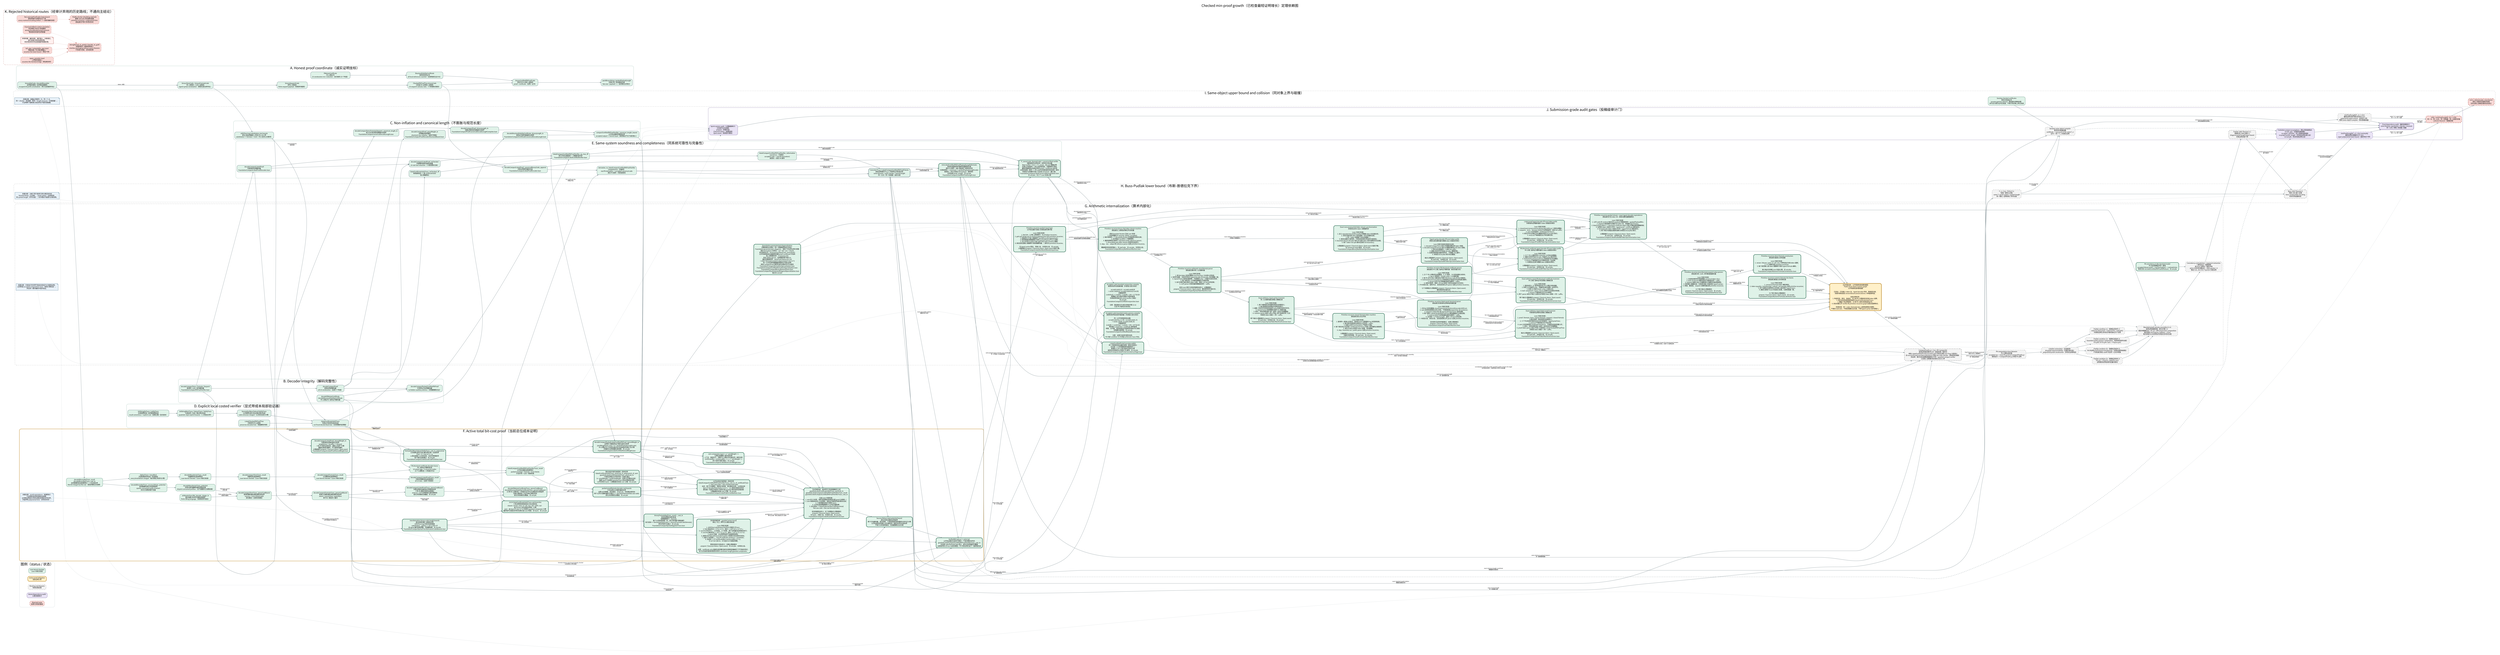
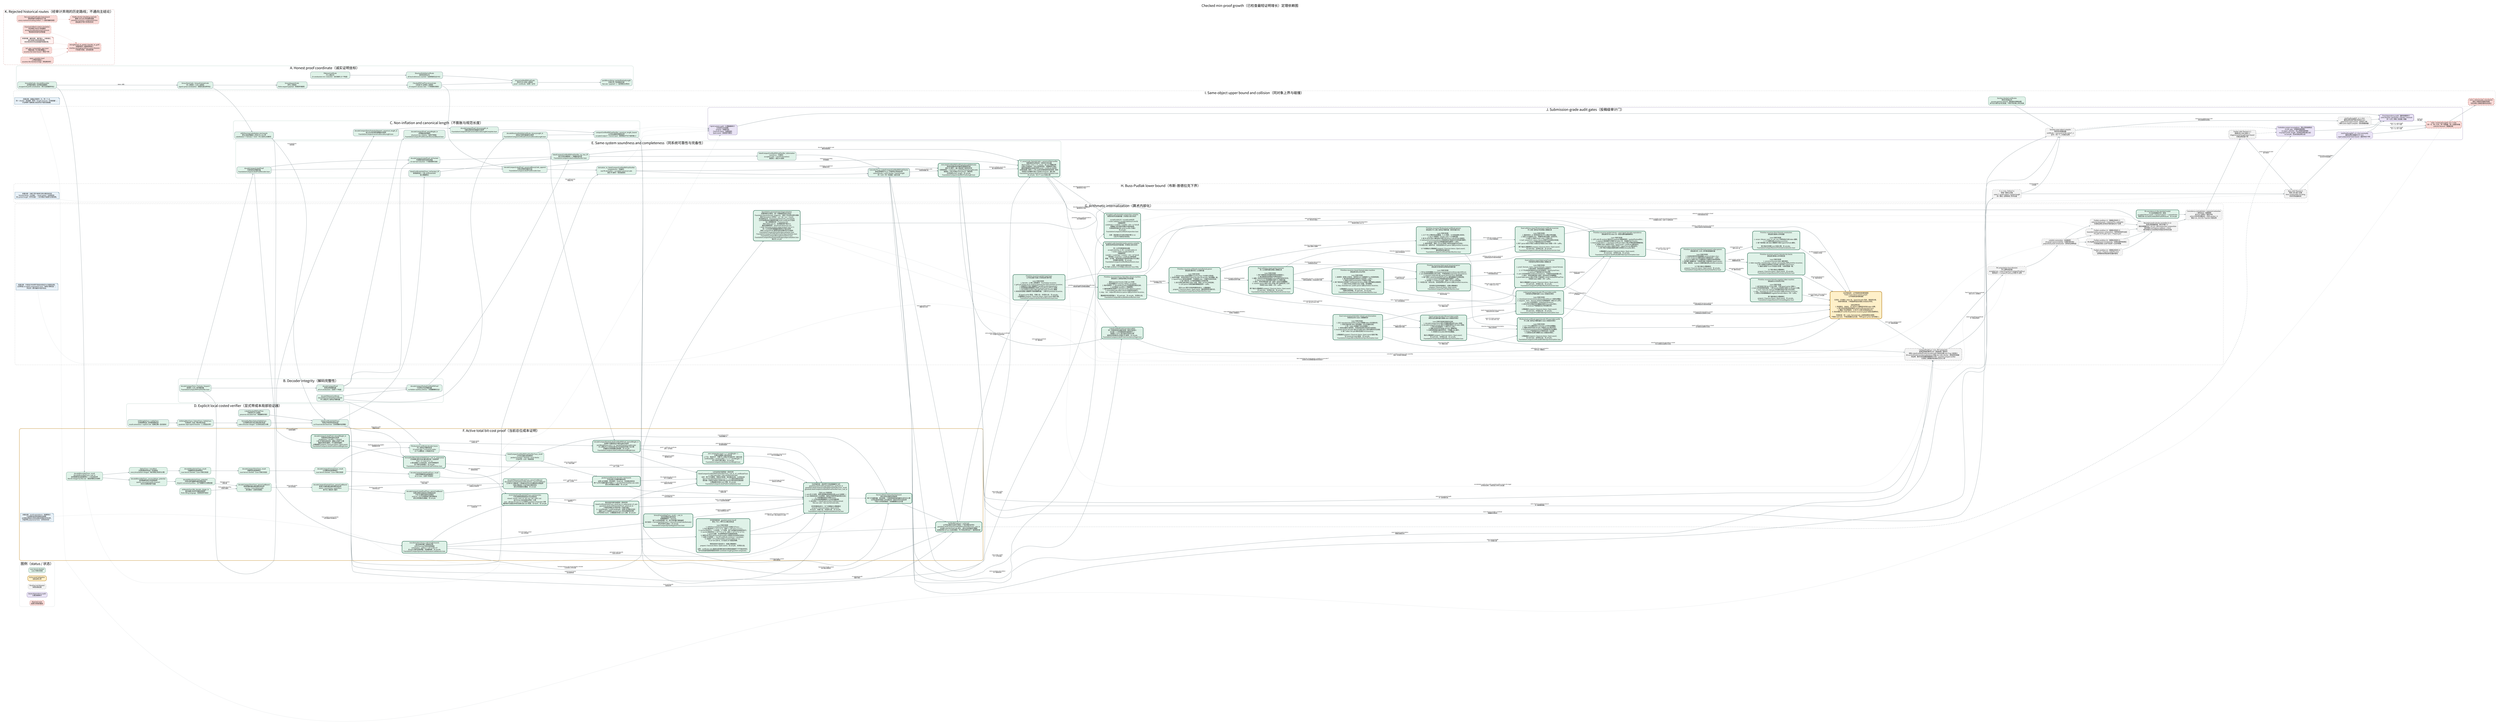
digraph CheckedMinProofDependencies {
  graph [
    rankdir=LR,
    bgcolor="white",
    compound=true,
    newrank=true,
    pad="0.35",
    nodesep="0.30",
    ranksep="0.62",
    fontname="Noto Sans CJK SC",
    fontsize=24,
    label="Checked min-proof growth（已检查最短证明增长）定理依赖图",
    labelloc="t",
    labeljust="c"
  ];
  node [
    shape=box,
    style="rounded,filled",
    fontname="Noto Sans CJK SC",
    fontsize=10.5,
    color="#526d75",
    fillcolor="#eef3f4",
    margin="0.14,0.09",
    penwidth=1.2
  ];
  edge [
    fontname="Noto Sans CJK SC",
    fontsize=8.5,
    color="#65777d",
    arrowsize=0.68,
    penwidth=1.05
  ];

  subgraph cluster_legend {
    label="图例（status / 状态）";
    color="#c8d1d4";
    style="rounded";
    done [label="Lean kernel checked\nLean 内核已检查", fillcolor="#dff2e8", color="#3f7c66"];
    active [label="Active proof obligation\n当前证明义务", fillcolor="#fff0c9", color="#b37a12", penwidth=2.2];
    pending [label="Pending root theorem\n待闭合根定理", fillcolor="#f3f3f3", color="#777777", style="rounded,filled,dashed"];
    audit [label="Axiom/dependency audit\n公理/依赖审计", fillcolor="#e9e3f5", color="#76639a"];
    rejected [label="Rejected route\n经审计弃用的路线", fillcolor="#f8d9d6", color="#a8443d", style="rounded,filled,dashed"];
  }

  subgraph cluster_coordinate {
    label="A. Honest proof coordinate（诚实证明坐标）";
    color="#8fb7aa";
    style="rounded";

    natcode [label="binaryNatCode / decodeBinaryNat\n自然数前缀码 / 自然数前缀解码\nescaped-bit prefix serialization（转义位前缀序列化）", fillcolor="#dff2e8"];
    syntaxcode [label="binaryTermCode + binaryFormulaCode\n项二进制码 + 公式二进制码\ntyped syntax serialization（类型化语法序列化）", fillcolor="#dff2e8"];
    sequentcode [label="binarySequentCode\n序列二进制码\nfinite sequent payload（有限序列载荷）", fillcolor="#dff2e8"];
    prooftree [label="CheckedPAProofTree.binaryCode\n已检查 PA 证明树二进制码\n10 sequent-calculus rules（十条相继式规则）", fillcolor="#dff2e8"];
    axiomcert [label="PAAxiomCertificate\nPA 公理证书\n23 constructors incl. induction（含归纳的 23 个构造）", fillcolor="#dff2e8"];
    structcert [label="StructuralValidityCertificate\n结构有效性证书\nall local witnesses counted（全部局部见证计长）", fillcolor="#dff2e8"];
    certifiedcode [label="binaryCertifiedPAProofCode\n带证书 PA 证明二进制码\nproof + certificate（证明 + 证书）", fillcolor="#dff2e8"];
    packedcode [label="packBinaryString / packedPayloadLength\n位串打包 / 有效载荷长度\nNat.size = payload + 1（自然数位长等式）", fillcolor="#dff2e8"];

    natcode -> syntaxcode [label="labels / 标签"];
    syntaxcode -> sequentcode;
    sequentcode -> prooftree;
    axiomcert -> structcert;
    prooftree -> certifiedcode;
    structcert -> certifiedcode;
    certifiedcode -> packedcode;
  }

  subgraph cluster_decoder {
    label="B. Decoder integrity（解码完整性）";
    color="#8fb7aa";
    style="rounded";

    typeddecoder [label="decodeCompactTerm / Formula / Sequent\n紧凑项 / 公式 / 序列解码器\nFoundationCompactPAProofVerifier.lean", fillcolor="#dff2e8"];
    proofdecoder [label="decodeCompactProof\n紧凑证明树解码器\nall 10 constructors（全部十个构造）", fillcolor="#dff2e8"];
    certdecoder [label="decodePAAxiomCertificate\ndecodeStructuralValidityCertificate\nPA 公理证书 / 结构证书解码器", fillcolor="#dff2e8"];
    packeddecoder [label="decodeCompactPackedCertifiedPAProof\n打包带证书证明解码器\nno hidden auxiliary witness（无隐藏辅助见证）", fillcolor="#dff2e8"];

    typeddecoder -> proofdecoder;
    certdecoder -> packeddecoder;
    proofdecoder -> packeddecoder;
  }

  subgraph cluster_size {
    label="C. Non-inflation and canonical length（不膨胀与规范长度）";
    color="#8fb7aa";
    style="rounded";

    structural [label="decodeCompactProof_parseWeight_le\n证明解码结构量界\nstructural non-inflation（结构不膨胀）\nFoundationCompactProofDecoderStructuralBound.lean", fillcolor="#dff2e8"];
    syntaxcanonical [label="decodeCompactTerm/Formula/Sequent_canonical_length_le\n项/公式/序列规范重编码长度界\nFoundationCompactCanonicalDecodeLength.lean", fillcolor="#dff2e8"];
    proofcanonical [label="decodeCompactProof_binaryLength_le\n完整证明树规范重编码长度界\nFoundationCompactProofCanonicalDecodeLengthComplete.lean", fillcolor="#dff2e8"];
    certcanonical [label="decodeStructuralValidityCertificate_binaryLength_le\n结构证书规范重编码长度界\nFoundationCompactCertificateCanonicalDecodeLength.lean", fillcolor="#dff2e8"];
    totalcanonical [label="compactCertifiedPAProofVerifier_canonical_length_bound\n公开验证器规范载荷总界\naccepted output <= honest input（接受输出不长于诚实输入）", fillcolor="#dff2e8"];
    transformsize [label="shift/free/neg/substitution size bounds\n移位/自由变量嵌入/否定/代入大小界\nsubstitution <= formula × term（代入至多公式乘项）", fillcolor="#dff2e8"];

    typeddecoder -> syntaxcanonical;
    proofdecoder -> structural;
    syntaxcanonical -> proofcanonical;
    certdecoder -> certcanonical;
    proofcanonical -> totalcanonical;
    certcanonical -> totalcanonical;
    syntaxcode -> transformsize;
  }

  subgraph cluster_explicit_local {
    label="D. Explicit local costed verifier（显式带成本局部验证器）";
    color="#8fb7aa";
    style="rounded";

    biteq [label="bitStringEqTrace / natEqTrace\n位串相等轨迹 / 自然数相等轨迹\nresult correctness + explicit cost（结果正确 + 显式成本）", fillcolor="#dff2e8"];
    bitset [label="bitStringMemTrace / SubsetTrace / SetEqTrace\n位串成员 / 包含 / 集合等价轨迹\nquadratic-style explicit bounds（二次型显式界）", fillcolor="#dff2e8"];
    formulalist [label="formulaEq/Mem/Subset/SetEqTrace\n公式相等/成员/包含/集合等价轨迹\ncode emission charged（公式码生成已计费）", fillcolor="#dff2e8"];
    listedtree [label="ListedCheckedPAProofTree\n列表序列 PA 证明树\npreserves decoded lists（保留解码列表）", fillcolor="#dff2e8"];
    listedcert [label="listedCertificateValidTrace\n列表证书有效性成本轨迹\nno Finset decide black box（无有限集判定黑箱）", fillcolor="#dff2e8"];

    biteq -> bitset;
    bitset -> formulalist;
    listedtree -> listedcert;
    formulalist -> listedcert;
    transformsize -> listedcert [label="local transforms\n局部变换"];
  }

  subgraph cluster_same_system {
    label="E. Same-system soundness and completeness（同系统可靠性与完备性）";
    color="#8fb7aa";
    style="rounded";

    listdecoder [label="decodeCompactListedProof\n列表保持证明解码器\nFoundationCompactListedProofDecoder.lean", fillcolor="#dff2e8"];
    projection [label="decodeCompactListedProof_toChecked\n列表解码投影到原检查器\n10-rule fuel induction（十规则燃料归纳）", fillcolor="#dff2e8"];
    localiff [label="listedCertificateValidTrace_toChecked_iff\n新局部轨迹 <-> 原 certificateValid\n语义精确等价", fillcolor="#dff2e8"];
    publiciff [label="listedCompactCertifiedPAProofVerifier_eq_true_iff\n新公开验证器接受 <-> 精确检查关系\nFoundationCompactListedCertifiedVerifier.lean", fillcolor="#dff2e8"];
    soundness [label="listedCompactCertifiedPAProofVerifier_toDerivation\nsoundness（可靠性）\naccepted code -> real PA Derivation2\n接受码 -> 真实 PA 推导", fillcolor="#dff2e8"];
    listencoder [label="decodeCompactListedProof_canonicalBinaryCode_append\n列表证明规范编码往返\nFoundationCompactListedProofEncoder.lean", fillcolor="#dff2e8"];
    completeness [label="derivation_to_listedCompactCertifiedPAProofVerifier\ncompleteness（完备性）\nreal PA derivation -> accepted canonical code\n真实 PA 推导 -> 规范接受码", fillcolor="#dff2e8"];
    predicate [label="Concrete P(x,y) / ListedCompactCertifiedPAProofChecks\n具体证明谓词 P(x,y) / 列表带证书检查关系\nsame formula + same checker + honest length\n同一公式 + 同一检查器 + 诚实长度", fillcolor="#dff2e8", penwidth=2.0];
    minmeasure [
      label="minListedCertifiedPAProofPayloadLength(formula)\n具体检查器诱导的最短完整载荷长度\n真实 PA 推导 -> 最小值由某个接受码实现\n任意接受码 -> minimum <= packedPayloadLength(code)\n接受码 -> 同公式真实 Derivation2（推导树）\n无项目级 proof_length；无 sorryAx\nFoundationCompactListedMinProofLength.lean",
      fillcolor="#dff2e8", color="#2f6f57", penwidth=2.8
    ];
    canonicalnormalize [
      label="P_canon(code, formulaCode) + canonical Bool verifier\n纯数值规范证明关系 + 规范布尔验证器\nBool verifier = true <-> P_canon，由 Lean 精确证明\n任意公开接受码 -> 同公式码规范码，完整载荷不增长\n最短完整载荷必由真实规范 proof + certificate 码实现\n全体码有限一致性 <-> 同 cutoff 的纯数值规范码有限一致性\n非规范/冗余编码不能人为压低 minimum（最小值）\nFoundationCompactListedCanonicalNormalization.lean\n无 sorryAx；仅三个 Lean 标准公理",
      fillcolor="#dff2e8", color="#2f6f57", penwidth=2.8
    ];

    typeddecoder -> listdecoder;
    listdecoder -> projection;
    proofdecoder -> projection;
    listedcert -> localiff;
    projection -> publiciff;
    localiff -> publiciff;
    packeddecoder -> publiciff;
    publiciff -> soundness;
    prooftree -> listencoder;
    listdecoder -> listencoder;
    listencoder -> completeness;
    listedcert -> completeness;
    soundness -> predicate;
    completeness -> predicate;
    predicate -> minmeasure [label="minimum over accepted codes\n对接受码取最小值"];
    completeness -> minmeasure [label="nonempty accepted set\n接受集合非空"];
    publiciff -> canonicalnormalize [label="decode every accepted code\n解码任意接受码"];
    listencoder -> canonicalnormalize [label="canonical re-encoding\n规范重编码"];
    totalcanonical -> canonicalnormalize [label="no payload growth\n载荷不增长"];
    minmeasure -> canonicalnormalize [label="minimum realized canonically\n最小值由规范码实现"];
  }

  subgraph cluster_cost_active {
    label="F. Active total bit-cost proof（当前总位成本证明）";
    color="#c18a27";
    style="rounded,bold";

    nattrace [label="decodeBinaryNatTrace_result\ndecodeBinaryNatTrace_cost_le\n自然数解码轨迹结果等价 + 二次位成本界\nNat.bit charged by Nat.size（按自然数位长收费）", fillcolor="#dff2e8", color="#3f7c66"];
    tracebind [label="OptionTrace + traceBind\n可选结果成本轨迹 + 轨迹绑定\nevery bind/failure charged（每次绑定/失败均计费）", fillcolor="#dff2e8", color="#3f7c66"];
    vectortrace [label="decodeManyVectorTrace_result\n向量解码轨迹结果等价\nLean kernel checked（Lean 内核已检查）", fillcolor="#dff2e8", color="#3f7c66"];
    termtrace [label="decodeCompactTermTrace_result\n项解码轨迹结果等价\nLean kernel checked（Lean 内核已检查）", fillcolor="#dff2e8", color="#3f7c66"];
    formulatrace [label="decodeCompactFormulaTrace_result\n公式解码轨迹结果等价\nLean kernel checked（Lean 内核已检查）", fillcolor="#dff2e8", color="#3f7c66"];
    prooftrace [label="decodeCompactListedProofTrace_result\n列表证明解码轨迹结果等价\nall 10 rules（全部十条规则）", fillcolor="#dff2e8", color="#3f7c66"];
    certtrace [label="PA/structural certificate decoder traces\nPA / 结构证书解码轨迹\n23 axiom tags + 4 recursive nodes\n23 个公理标签 + 4 种递归节点", fillcolor="#dff2e8", color="#3f7c66"];
    publictrace [label="listedCompactCertifiedPAProofVerifierTrace_result\n公开验证器轨迹结果等价\npacked envelope + formula + local checks\n打包外壳 + 公式 + 局部检查", fillcolor="#dff2e8", color="#3f7c66"];
    natpotential [label="decodeBinaryNatTrace_success/failure_potential\n自然数解码成功/失败势能界\nquartic consumed-prefix invariant\n四次已消费前缀不变量", fillcolor="#dff2e8", color="#3f7c66"];
    vectorpotential [label="decodeManyVectorTrace_potential\n任意长度向量解码摊还势能定理\ndisjoint consumed prefixes（互不重叠的已消费前缀）", fillcolor="#dff2e8", color="#3f7c66"];
    symbolcharge [label="arithmeticFunc/Rel_decode_charge_le\n算术函数/关系符号解码收费界\nfinite ORing language（有限有序环语言）", fillcolor="#dff2e8", color="#3f7c66"];
    termpotential [label="decodeCompactTermTrace_parserCostBound\n紧凑项解码器全路径摊还成本界\nsuccess + every failure path\n成功路径 + 全部失败路径", fillcolor="#dff2e8", color="#3f7c66"];
    formulapotential [label="decodeCompactFormulaTrace_parserCostBound\n紧凑公式解码器全路径摊还成本界\natoms / connectives / quantifiers\n原子式 / 联结词 / 量词", fillcolor="#dff2e8", color="#3f7c66"];
    proofpotential [
      label="decodeCompactListedProofTrace_parserCostBound\n列表证明树全路径四次势能成本界\n十条 PA 相继式规则全部通过\nand/cut 二叉子证明势能已望远镜相消\n成功/失败路径全覆盖；无 sorryAx",
      fillcolor="#dff2e8", color="#3f7c66"
    ];
    certpotential [
      label="decodePAAxiomCertificateTrace_parserCostBound\ndecodeStructuralValidityCertificateTrace_parserCostBound\n23 种 PA 公理标签 + 4 种递归证书节点全路径四次势能界\n归纳公理体和二元证书树已摊还闭合\n成功/失败路径全覆盖；无 sorryAx",
      fillcolor="#dff2e8", color="#3f7c66", penwidth=2.2
    ];
    packedcost [
      label="packed proof/formula decoder cost bounds\n打包证明/公式解码器成本界\n证明+证书串联、末位哨兵、dropLast、空后缀全部闭合\n两个公开打包解码器均不超过 2 × decoderPotential(Nat.size code)\n成功/失败路径全覆盖；无 sorryAx",
      fillcolor="#dff2e8", color="#2f6f57", penwidth=2.8
    ];
    transformcode [
      label="transformation binary-code length bounds\n语法变换完整二进制码长界\nshift/free/neg 均至多线性膨胀\nsubstitution：|phi[t]| <= 3(F+1)(W+1)F\n含 qpow 量词深度预算；无隐藏参数；无 sorryAx\nFoundationCompactSyntaxTransformationCodeBounds.lean",
      fillcolor="#dff2e8", color="#2f6f57", penwidth=2.8
    ];
    negtrace [
      label="binaryFormulaNegTrace_result / _cost_le\n否定变换真实递归轨迹\n结果精确等于 ∼formula\n每个公式构造收费一步；原子项向量不重复遍历\n执行成本 <= formulaSymbolCount <= |binaryFormulaCode(formula)|\n单文件探针已通过；无 sorryAx\nFoundationCompactSyntaxNegationTrace.lean",
      fillcolor="#dff2e8", color="#2f6f57", penwidth=2.8
    ];
    axmjoint [
      label="axm comparator input <= 2 * jointWeight + 1\n公理比较器输入联合坐标界\n上下文、候选句子、完整 PA 公理证书均落在同一诚实位权\ncertificateBits + sentenceBits + 1 <= 2 * jointWeight + 1\n四个坐标引理已通过；无 sorryAx\nFoundationCompactListedAxiomJointWeight.lean",
      fillcolor="#dff2e8", color="#2f6f57", penwidth=2.8
    ];
    honestproof [
      label="decodeCompactListedProof_honestWeight_le\n列表保持证明树诚实位权界\nweight(tree) + 8|suffix| <= 8|input|\n十条 PA 规则全部闭合；重复公式逐个计费\n覆盖任意成功解码，不只是规范编码\n公理画像仅 propext / Classical.choice / Quot.sound\nFoundationCompactListedProofHonestWeight.lean",
      fillcolor="#dff2e8", color="#2f6f57", penwidth=2.8
    ];
    honestcert [
      label="decodeCompactPackedListedCertifiedPAProof_honestWeight_le\n证明树+完整结构证书联合诚实位权界\njointWeight(tree,cert) <= 8 * packedPayloadLength(code)\nPA 公理证书 23 标签及递归证书全部由实际输入位计费\n无辅助见证和隐藏长度参数；无 sorryAx\nFoundationCompactListedCertifiedHonestWeight.lean",
      fillcolor="#dff2e8", color="#2f6f57", penwidth=2.8
    ];
    localprimitives [
      label="formulaEq/Mem/Subset/SetEqTrace_cost_le_polynomial\n公式相等/成员/包含/集合等价统一位成本界\nP(w) = 4 + 2(w+3)^2 + w\nw 是全部输入公式码位权，包含列表重复项\n四个端点全部通过；无 sorryAx\nFoundationCompactListedLocalCostPrimitives.lean",
      fillcolor="#dff2e8", color="#2f6f57", penwidth=2.8
    ];
    localbranches9 [
      label="10/10 listedCertificateValidTrace cost branches\n十条证明规则局部成本分支全部闭合\nclosed / verum / and / or / all / exs / wk / shift / cut：\n由 P(G(w)) 及生成语法界统一计费\naxm：由 A(w)=K*(2w+1)^12 的真实 guarded comparator 计费\n最终每节点固定多项式包络已由 Lean 检查；无 haxm、无 sorryAx",
      fillcolor="#dff2e8", color="#2f6f57", penwidth=2.8
    ];
    localinduction [
      label="联合坐标内部归纳骨架 + 具体实例\nlistedCertificateValidTrace_jointCost_le_polynomial_of_axm\nguardedListedCertificateValidTrace_jointCost_le\n十规则证明树/证书同步统一归纳已通过\nb = proofWeight + certificateWeight（证明+证书联合位权）\n抽象 haxm 已由真实 guarded axm 成本定理具体消除\n公开实例无 haxm；公理画像仅标准 Lean 公理；无 sorryAx",
      fillcolor="#dff2e8", color="#2f6f57", penwidth=2.8
    ];
    publicskeleton [
      label="公开总成本内部骨架 + 具体实例\nlistedCompactCertifiedPAProofVerifierTrace_cost_le_of_certificateTrace\ns = Nat.size(code) + Nat.size(formulaCode)\n合并：两个打包解码、局部证书检查、结论集合比较、公式码比较\nQ(s)=4*decoderPotential(s)+L(s)+1，L(s) 是显式固定多项式\n原先唯一内部证书成本义务现已由 guarded 联合成本定理消除\n公理画像仅标准 Lean 公理；无 sorryAx\nFoundationCompactListedPublicCostSkeleton.lean",
      fillcolor="#dff2e8", color="#2f6f57", penwidth=2.8
    ];
    publiccost [
      label="【主终端完成：具体带守卫检查器最终汇合】\nguardedListedCertificateValidTrace_jointCost_le\nguardedListedCompactCertifiedPAProofVerifierTrace_result\nguardedListedCompactCertifiedPAProofVerifierTrace_cost_le\n\n已由 Lean 内核检查：\n1. axm 的 23 标签、接受/拒绝路径和候选长度 guard 全部统一；\n2. axm 局部成本进入与证明树、结构证书相同的诚实联合位权；\n3. 十规则整树成本不再带 haxm；\n4. 公开轨迹结果精确等于公开验证器结果；\n5. 总位成本 <= listedPublicVerifierCostPolynomial(\n   Nat.size code + Nat.size formulaCode)。\n\n定向构建退出码 0；五个关键端点公理画像仅\npropext / Classical.choice / Quot.sound。\n无 haxm、无输入包、无项目公设、无 sorryAx。\nFoundationCompactListedGuardedAxiomCost.lean",
      fillcolor="#dff2e8", color="#2f6f57", penwidth=2.8
    ];
    amortized [label="Success/failure total potential bound\n成功/失败全路径总势能界\n两个打包解码器、语法变换、十规则局部检查和最终比较均已计费\n公开轨迹的所有输入对均满足同一固定多项式位成本界\n不是只分析接受路径；无隐藏辅助见证长度", fillcolor="#dff2e8", color="#2f6f57", style="rounded,filled", penwidth=2.8];
    costnote [shape=note, label="关键注释：result equivalence（结果等价）\n只证明轨迹没有改掉验证结果；\n必须再证明成功/失败全路径的固定多项式界，\n才能声称 polynomial time（多项式时间）。", fillcolor="#e8f1f8", color="#4e7892"];
    transformtrace [label="【共享终端完成：guarded axiom trace】\n移位 / 代入 / 带守卫公理比较轨迹\n\nLean 内核已检查：\n1. shift/free/substitution/list/fixitr 的真实 QTrace；\n2. fixitr 输出码长 <= 4*(L+1)^2；成本 <= 128*(m+L+1)^2*L；\n3. succInd 四次代入、三次否定、三个析取、两个全称量词全部真实执行；\n4. succInd 输出码长 <= 10^7*(L+1)^4；成本 <= 10^11*(L+1)^12；\n5. guard 完备：合法相等候选不会被提前拒绝；\n6. 接受分支 fixitr/allClosure/formulaEq 与拒绝分支总成本均闭合；\n7. 全部 23 标签统一：true iff certificate.sentence = candidate；\n8. 总成本 <= K*(certificateBits+sentenceBits+1)^12，\n   K=10^30+(3B+4)，B 为显式 26 句固定预算。\n\n两条验收命令退出码 0；关键公理画像仅\npropext / Classical.choice / Quot.sound；无 sorryAx、无项目公设。\n\n边界：certificate-only 直接生成完整归纳句在稀疏变量编号下不可能多项式；\n本节点完成的是保持接受关系的 candidate-length guarded comparator。", fillcolor="#dff2e8", color="#2f6f57", style="rounded,filled", penwidth=2.8];
    polytime [label="VerifierBitCost(x,y) <= p(|x|+|y|)\n公开验证器总位成本不超过一个显式固定多项式\nguardedListedCompactCertifiedPAProofVerifierTrace_cost_le\n对全部 code/formulaCode 成立，成功与失败路径均覆盖\n这里是项目 QTrace 位成本模型；PA 内短证明仍由下一簇单独完成", fillcolor="#dff2e8", color="#2f6f57", style="rounded,filled", penwidth=2.8];

    natcode -> nattrace;
    nattrace -> tracebind;
    tracebind -> vectortrace;
    vectortrace -> termtrace;
    termtrace -> formulatrace;
    formulatrace -> prooftrace;
    certdecoder -> certtrace;
    formulatrace -> certtrace;
    prooftrace -> publictrace;
    certtrace -> publictrace;
    publictrace -> amortized [label="exact behavior first\n先固定精确行为"];
    nattrace -> natpotential;
    natpotential -> vectorpotential;
    vectorpotential -> termpotential [label="argument vectors\n参数向量"];
    symbolcharge -> termpotential [label="finite symbol decoding\n有限符号解码"];
    termpotential -> formulapotential [label="terms inside atoms\n原子式中的项"];
    formulapotential -> proofpotential [label="formulas inside sequents\n序列中的公式"];
    proofpotential -> certpotential [label="proof/certificate alignment\n证明树/证书树对齐"];
    formulapotential -> certpotential [label="induction body\n归纳公理体"];
    certpotential -> packedcost [label="proof + certificate stream\n证明 + 证书串"];
    publictrace -> packedcost [label="same executable result\n同一可执行结果"];
    packedcost -> publiccost [label="decoded objects\n已解码对象"];
    transformsize -> transformcode [label="from symbol count to full bits\n从符号数提升到完整位长"];
    transformcode -> negtrace [label="input bit-length control\n输入位长控制"];
    negtrace -> publiccost [label="closed/cut negation charge\n闭合/切规则否定计费"];
    transformcode -> publiccost [label="generated-code bounds\n生成公式码长界"];
    listdecoder -> honestproof [label="all successful parses\n全部成功解码"];
    honestproof -> honestcert [label="proof-tree charge\n证明树计费"];
    certcanonical -> honestcert [label="full certificate bits\n完整证书位"];
    honestcert -> publiccost [label="joint decoded-data bound\n联合解码数据界"];
    honestcert -> axmjoint [label="proof + certificate coordinate\n证明 + 证书坐标"];
    axmjoint -> publiccost [label="guarded comparator input bound\n带守卫比较器输入界"];
    listedcert -> localprimitives [label="exact trace costs\n精确轨迹成本"];
    honestproof -> localprimitives [label="duplicate-preserving weights\n保留重复项位权"];
    localprimitives -> publiccost [label="uniform quadratic bound\n统一二次界"];
    localprimitives -> localbranches9 [label="per-rule instantiation\n逐规则实例化"];
    transformcode -> localbranches9 [label="generated syntax bounds\n生成语法界"];
    localbranches9 -> publiccost [label="nine checked branches\n九条已检查分支"];
    localbranches9 -> localinduction [label="structural aggregation\n结构汇总"];
    localinduction -> publiccost [label="haxm concretely discharged\nhaxm 已由具体定理消除"];
    localinduction -> publicskeleton [label="local certificate polynomial\n局部证书多项式"];
    packedcost -> publicskeleton [label="two packed decoder bounds\n两个打包解码界"];
    honestcert -> publicskeleton [label="decoded joint weight\n解码联合位权"];
    publicskeleton -> publiccost [label="concrete discharge checked\n具体消义务已检查"];
    listedcert -> publiccost [label="explicit local checks\n显式局部检查"];
    publiccost -> amortized;
    totalcanonical -> amortized [label="consumed-length control\n消费长度控制"];
    costnote -> amortized [style=dotted, arrowhead=none, constraint=false];
    transformcode -> transformtrace;
    transformtrace -> publiccost [label="guarded axm + shift/free/substitution costs\n带守卫公理 + 移位/自由化/代入成本"];
    amortized -> polytime;
    transformtrace -> polytime;
    totalcanonical -> polytime [label="input/output length control\n输入输出长度控制"];
    listedcert -> polytime [label="local cost bounds\n局部成本界"];
    predicate -> polytime [label="exact executable relation\n精确可执行关系"];
  }

  subgraph cluster_internalization {
    label="G. Arithmetic internalization（算术内部化）";
    color="#9a9a9a";
    style="rounded,dashed";

    listedconmeta [label="ListedCertifiedFiniteConsistencyAt(k)\n同一列表保持验证器的有限一致性元层语义\n无长度 <= k 的完整载荷码被接受为 ⊥\n普通及 2^(A*n) 放大版本无条件为真\n接受反向恢复同公式真实 PA 推导；无 sorryAx\nFoundationCompactListedFiniteConsistencyTarget.lean", fillcolor="#dff2e8", color="#2f6f57", penwidth=2.8];
    arithinput [label="Primitive-recursive packed input layer\n公开验证器打包输入的原始递归算术层\n\nLean 内核已检查：\n1. Nat.bits（小端二进制展开）为 primitive recursive；\n2. getLast?/dropLast 与 sentinel payload peel 均为 primitive recursive；\n3. 剥离成功 iff 输入精确等于 packBinaryString(payload)；\n4. 新剥离器结果精确等于现有 packedPayloadTrace 结果；\n5. decodeBinaryNat 已由 right-fold state machine 重建；\n6. 新状态机逐输入精确等于原前缀解码器，二者均为 primitive recursive。\n\n无 typed syntax 假设、无输入包、无项目公设、无 sorryAx；\n公理画像仅 propext / Classical.choice / Quot.sound 或其子集。\nFoundationCompactListedVerifierArithmeticInput.lean", fillcolor="#dff2e8", color="#2f6f57", penwidth=2.8];
    tokenstream [label="Primitive-recursive binary-Nat token stream machine\n原始递归二进制自然数记号流机器\n\n具体 bounded iterator 已由 Lean 检查：\n1. 状态明确区分 running / failed / accepted；\n2. 每步调用同一个 decodeBinaryNat 并保留真实剩余位串；\n3. 总步数由 inputBits+1 明确限制；\n4. 最终结果逐位串等于 repeated-prefix reference parser；\n5. binaryNatCode token stream 的规范往返成立；\n6. step、run、output 和 reference parser 全部 primitive recursive。\n\n覆盖畸形和非规范输入；无 rawCode、无 sorryAx、无项目公设。\nFoundationCompactBinaryNatStreamMachine.lean", fillcolor="#dff2e8", color="#2f6f57", penwidth=2.8];
    bitsync [label="Exact noncanonical bit/token stream synchronization\n非规范位流与 token 流精确同步\n\nLean 内核已检查：\n1. 定义 repeated decodeBinaryNat 的精确 token/位后缀关系；\n2. 关系可按任意 token 前后缀唯一切分并重新合成；\n3. 同一 token 前缀留下的位后缀唯一；\n4. 规范位编码只是特例，不把非规范高位零误判为规范码；\n5. bounded stream decoder 成功 iff 全部 token 恰好消费至空位后缀；\n6. 每个 token-list split 都对应真实 bit boundary。\n\n公理画像仅 propext / Classical.choice / Quot.sound 或其子集；\n无 canonical-input 假设、无 sorryAx。\nFoundationCompactBinaryNatStreamSynchronization.lean", fillcolor="#dff2e8", color="#2f6f57", penwidth=2.8];
    syntaxparser [label="Primitive-recursive arithmetic term/formula parser\n原始递归算术项 / 公式解析器\n\nLean 内核已检查：\n1. 纯 Nat token 状态机覆盖 bvar/fvar/func 与全部公式构造；\n2. 有序环函数、关系符号码与 typed decoder 的 decode₂ 条件精确一致；\n3. repeat frame 逐项处理参数，不按稀疏 arity 一次展开巨型任务表；\n4. 每个真实项 / 公式都有精确执行步数定理；\n5. 执行步数不超过真实 token 长度，固定二次 fuel 必然足够；\n6. 公开 parser 对规范编码精确返回同一 suffix。\n\n定向 Lean 探针与目标构建退出码 0；公理画像仅\npropext / Classical.choice / Quot.sound；静态禁用项扫描为空。\nFoundationCompactSyntaxTokenMachine.lean", fillcolor="#dff2e8", color="#2f6f57", penwidth=2.8];
    syntaxinversion [label="Exact arbitrary-input syntax inversion\n项 / 公式解析器任意输入精确反演\n\nLean 内核已检查：\n1. 每个纯数值任务栈都有类型化前缀语义；\n2. 每次数值状态转换反向保持该语义；\n3. 函数 / 关系符号有效码恢复同 arity 的真实有序环符号；\n4. repeat frame 恢复精确长度的 Fin 参数向量；\n5. 成功、失败及畸形输入统一由同一后向不变量覆盖；\n6. numeric parser 返回 suffix iff 输入等于某真实项 / 公式\n   的规范 token 前缀 ++ 同一 suffix。\n\n两个端点公理画像仅 propext / Classical.choice / Quot.sound；\n无 rawCode、无项目公设、无 sorryAx。\nFoundationCompactSyntaxTokenMachineInversion.lean", fillcolor="#dff2e8", color="#2f6f57", penwidth=2.8];
    syntaxbitsync [label="Typed syntax decoder iff exact token prefix\n类型化语法解码器与精确 token 前缀双向等价\n\nLean 内核已检查任意成功位串：\n1. decodeCompactTerm 成功 iff 精确消费该项 token 前缀；\n2. decodeCompactFormula 成功 iff 精确消费该公式 token 前缀；\n3. 两方向均保留同一个真实 bit suffix；\n4. 函数/关系符号代码由 decode₂ 精确恢复；\n5. 任意有限参数向量逐项同步，不隐藏 arity 展开；\n6. 非规范 binaryNat 表示完全覆盖。\n\n端点公理画像仅 propext / Classical.choice / Quot.sound；\n无 rawCode、无项目公设、无 sorryAx。\nFoundationCompactSyntaxBitTokenSynchronization.lean", fillcolor="#dff2e8", color="#2f6f57", penwidth=2.8];
    closedformula [label="Primitive-recursive closed-formula token machine\n原始递归闭公式记号机\n\nLean 内核已检查：\n1. 复用同一紧凑公式语法，但所有 term 位置遇到 fvar 标签即拒绝；\n2. 每次成功恢复真实类型化公式及同一 suffix；\n3. 恢复公式的 freeVariables 严格等于空集；\n4. 每个真实闭公式及每个 ArithmeticSentence 的嵌入规范编码必被接受；\n5. 成功 iff 闭公式规范 token 前缀，双向精确；\n6. step / bounded run / public parser 全部 primitive recursive。\n\n公理画像仅 propext / Classical.choice / Quot.sound；\n无额外闭性参数、无 rawCode、无 sorryAx。\nFoundationCompactClosedFormulaTokenMachine.lean", fillcolor="#dff2e8", color="#2f6f57", penwidth=2.8];
    proofparser [label="Primitive-recursive listed-proof structural parser\n原始递归列表保持证明树结构解析器\n\nLean 内核已检查：\n1. 纯 Nat 任务栈覆盖 closed/axm/verum/and/or/all/exs/wk/shift/cut；\n2. axm 标签现调用独立闭公式机，不再把普通 proposition 当 sentence；\n3. sequent cardinality 由 repeat-formula frame 逐项消费；\n4. 每个真实 ListedCheckedPAProofTree 都有精确执行步数定理；\n5. and/cut 左右子证明按编码顺序消费同一 suffix；\n6. 总步数 <= 2*tokenLength，固定二次 fuel 必然足够；\n7. 十标签分派、闭句分支、总状态机和公开 parser 全部 primitive recursive。\n\n定向探针及目标构建通过；关键公理画像仅\npropext / Classical.choice / Quot.sound。\nFoundationCompactProofTokenMachine.lean", fillcolor="#dff2e8", color="#2f6f57", penwidth=2.8];
    proofinversion [label="Exact arbitrary-input listed-proof inversion\n列表保持证明树任意输入精确反演\n\nLean 内核已检查：\n1. proof / formula / term / repeat-formula / sequent / closed-formula\n   六类任务统一具有类型化前缀语义；\n2. 十个节点标签的每条反向分支均恢复同一 typed proof tree；\n3. and/cut 严格恢复左右子树次序；\n4. axm 分支恢复真实 ArithmeticSentence，不接受含自由变量公式；\n5. 成功、失败及畸形输入由同一后向状态不变量覆盖；\n6. proof token parser 成功 iff 输入为某真实 ListedCheckedPAProofTree\n   的规范 token 前缀 ++ 同一 suffix。\n\n端点公理画像仅 propext / Classical.choice / Quot.sound；\n无 rawCode、无项目公设、无 sorryAx。\nFoundationCompactProofTokenMachineInversion.lean", fillcolor="#dff2e8", color="#2f6f57", penwidth=2.8];
    certparser [label="Primitive-recursive PA/structural certificate parsers\n原始递归 PA 公理 / 结构证书解析器（规范完备方向）\n\nLean 内核已检查：\n1. 23 个 PA 公理标签全部覆盖；0..21 固定，3/4 校验函数/关系码；\n2. tag 22 调用同一 binder-arity-1 公式解析器；\n3. 新 PA 证书 token 编码逐证书等于旧 binary code 的 Nat 前缀流；\n4. leaf/axiomCert/unary/binary 四类结构证书由显式任务栈递归解析；\n5. binary 左右子证书按编码顺序消费同一 suffix；\n6. 线性步数界、固定二次 fuel 和两个规范往返端点均已闭合；\n7. PA 标签分派、结构节点、总状态机和公开 parser 全部 primitive recursive。\n\n七个关键端点公理画像仅 propext / Classical.choice / Quot.sound；\n静态禁用项扫描为空。\nFoundationCompactCertificateTokenMachine.lean", fillcolor="#dff2e8", color="#2f6f57", penwidth=2.8];
    certinversion [label="Exact arbitrary-input PA/structural certificate inversion\nPA 公理 / 结构证书任意输入精确反演\n\nLean 内核已检查：\n1. 固定标签 0..21 逐项恢复对应 PA 公理证书构造器；\n2. 标签 3/4 恢复同 arity、同编码的真实函数 / 关系符号；\n3. 标签 22 恢复 binder-arity-1 归纳公式；\n4. leaf / axiomCert / unary / binary 四类节点全部反向恢复；\n5. binary 严格恢复左右子证书顺序；\n6. 两个 parser 成功 iff 输入为真实证书规范 token 前缀 ++ 同一 suffix。\n\n两个端点公理画像仅 propext / Classical.choice / Quot.sound；\n无 rawCode、无项目公设、无 sorryAx。\nFoundationCompactCertificateTokenMachineInversion.lean", fillcolor="#dff2e8", color="#2f6f57", penwidth=2.8];
    proofbitsync [label="Listed proof typed decoder iff exact token prefix\n列表保持证明解码器与 token 前缀双向等价\n\nLean 内核已检查：\n1. closed/axm/verum/and/or/all/exs/wk/shift/cut 十规则全覆盖；\n2. sequent、term、formula 与左右子证明保留同一真实 bit suffix；\n3. axm 分支恢复同一 ArithmeticSentence；\n4. 成功方向与完备方向均覆盖非规范 binaryNat 表示；\n5. and/cut 严格保留左右子树消费次序。\n\n公理画像仅 propext / Classical.choice / Quot.sound；\n无 rawCode、无项目公设、无 sorryAx。\nFoundationCompactProofBitTokenSynchronization.lean", fillcolor="#dff2e8", color="#2f6f57", penwidth=2.8];
    certbitsync [label="PA/structural certificate typed decoder iff exact token prefix\nPA 公理 / 结构证书解码器与 token 前缀双向等价\n\nLean 内核已检查：\n1. 23 个 PA 公理标签及 induction 公式体全部覆盖；\n2. 函数/关系符号由 decode₂ 恢复同 arity 真实符号；\n3. leaf/axiomCert/unary/binary 四类递归证书全覆盖；\n4. binary 严格保留左右证书顺序及同一位后缀；\n5. 任意成功位串与精确 token 前缀双向等价。\n\n公理画像仅 propext / Classical.choice / Quot.sound；\n无 rawCode、无项目公设、无 sorryAx。\nFoundationCompactCertificateBitTokenSynchronization.lean", fillcolor="#dff2e8", color="#2f6f57", penwidth=2.8];
    packedtokensync [label="Primitive-recursive packed stream + exact typed-decoder equivalence\n原始递归打包 token 流 + 类型化解码器精确等价\n\nLean 内核已检查：\n1. 公开 code 的 sentinel 哨兵位与 payload 剥离使用同一 packedPayloadBits；\n2. payload 逐前缀转为完整 Nat token 流，流函数已证 Primrec；\n3. listed proof tokens ++ structural certificate tokens 按公开解码顺序精确拼接；\n4. 证明码 token 流成功 iff 同一 typed proof + certificate 解码成功；\n5. formulaCode token 流成功 iff 同一 typed formula 解码成功；\n6. 两个等价均保留全载荷消费与非规范 binaryNat 表示。\n\n公理画像仅 propext / Classical.choice / Quot.sound；\n无 rawCode、无项目公设、无 sorryAx。\nFoundationCompactListedPackedBitTokenSynchronization.lean", fillcolor="#dff2e8", color="#2f6f57", penwidth=2.8];
    numericvalues [label="Primitive-recursive term/formula/sequent value parsers\n原始递归项 / 公式 / 序列数值值解析器\n\nLean 内核已检查：\n1. 在结构判断同时保留精确 canonical token slice；\n2. term 与 formula 解析返回已消费值及同一 suffix；\n3. sequent 按首 token 的基数逐公式解析并保持原顺序；\n4. 规范输入精确往返；任意成功输入恢复真实 typed syntax；\n5. 单值、重复值、sequent 总解析器全部 primitive recursive。\n\n九个审计端点公理画像仅\npropext / Classical.choice / Quot.sound；无 sorryAx。\nFoundationCompactNumericSyntaxValueParser.lean", fillcolor="#dff2e8", color="#2f6f57", penwidth=2.8];
    numericchecks [label="Primitive-recursive numeric formula-list checks\n原始递归数值公式列表检查\n\nLean 内核已检查：\n1. canonical formula token 编码单射；\n2. token equality / membership / subset / set equality 全部 primitive recursive；\n3. 四个结果在任意规范公式列表上逐点等于 typed trace；\n4. 重复元素按 Finset 外延语义处理，与原检查器一致。\n\n九个审计端点公理画像仅\npropext / Classical.choice / Quot.sound；无 sorryAx。\nFoundationCompactNumericFormulaListChecks.lean", fillcolor="#dff2e8", color="#2f6f57", penwidth=2.8];
    numericconstructors [label="Primitive-recursive direct formula constructors\n原始递归直接公式构造器\n\nLean 内核已检查：\n1. verum / falsum / and / or / all / exs 六种构造全为纯 token 函数；\n2. 六个函数全部 primitive recursive；\n3. 每个规范输入逐 token 精确等于真实 typed formula 编码。\n\n审计端点仅依赖 Lean 标准公理；无 sorryAx。\nFoundationCompactNumericFormulaConstructors.lean", fillcolor="#dff2e8", color="#2f6f57", penwidth=2.8];
-     numericparser [label="【主终端当前：公开局部检查纯数值图】\nPublic local-check numeric graph\n公开局部检查纯数值图\n\n已闭合：打包输入 token 化、typed decoder 同步、数值语法值、\n四类列表检查及 verum/falsum/and/or/all/exs 六种直接构造。\n\n当前证明任务：\n1. 构造否定、移位、自由化、代入和 PA 公理候选句的纯 token 运算；\n2. 用已闭合检查逐规则复现 listedCertificateValidTrace；\n3. 覆盖十条证明规则、23 类 PA 公理与四类结构证书；\n4. 闭合完整公开 verifier 的 primitive-recursive graph 及逐点结果等式。\n\n完成标准：同一 code / formulaCode 上接受结果逐点相等；\n不借旧 rawCode，不增加隐藏见证长度，不把 typed syntax 当外部输入。", fillcolor="#fff0c9", color="#b37a12", penwidth=2.8];
+     numericnegation [label="Primitive-recursive formula-negation token machine\n原始递归公式否定记号机\n\nLean 内核已检查：\n1. 运行状态只有 Nat 与 Nat 列表，不把 typed syntax 当输入；\n2. term 记号逐项原样复制，八种 formula 标签执行真实 De Morgan 对偶；\n3. term / term-list / formula 的完整任务执行语义均已闭合；\n4. step、bounded run 与公开 transform 全部 primitive recursive；\n5. 规范公式前缀精确返回 negated formula tokens + 同一 suffix。\n\n两个最终端点公理画像仅\npropext / Classical.choice / Quot.sound；无 sorryAx。\nFoundationCompactNumericFormulaNegation.lean", fillcolor="#dff2e8", color="#2f6f57", penwidth=2.8];
+     numericparser [label="【主终端当前：公开局部检查纯数值图】\nPublic local-check numeric graph\n公开局部检查纯数值图\n\n已闭合：打包输入 token 化、typed decoder 同步、数值语法值、\n四类列表检查、六种直接构造及完整公式否定记号机。\n\n当前证明任务：\n1. 构造移位、自由化、代入和 PA 公理候选句的纯 token 运算；\n2. 用已闭合检查逐规则复现 listedCertificateValidTrace；\n3. 覆盖十条证明规则、23 类 PA 公理与四类结构证书；\n4. 闭合完整公开 verifier 的 primitive-recursive graph 及逐点结果等式。\n\n完成标准：同一 code / formulaCode 上接受结果逐点相等；\n不借旧 rawCode，不增加隐藏见证长度，不把 typed syntax 当外部输入。", fillcolor="#fff0c9", color="#b37a12", penwidth=2.8];
    compactformula [label="CompactProof(x,y) + Con_PA^compact(k)\n紧凑证明谓词算术公式 + 紧凑有限一致性句\n绿色 ListedCertifiedFiniteConsistencyAt 已给出正确 Lean Prop 元层语义\n旧 succinctFiniteConsistencySentence 仍指 raw-code checker（原始码检查器）\n待证明：算术句标准模型精确等价于同一 guarded compact verifier\n以及短二进制数词实例的公式大小界", fillcolor="#f3f3f3", color="#777777", style="rounded,filled,dashed", penwidth=2.0];
    patrace [label="PA computation-trace theorem\nPA 计算轨迹定理\naccepted run -> short PA proof of CompactProof(x,y)\n接受运行 -> CompactProof(x,y) 的短 PA 证明", fillcolor="#f3f3f3", color="#777777", style="rounded,filled,dashed"];
    suitable [label="suitable numeration（合适枚举）\nbit graph representability（位图可表示性）\npolynomial proof construction（多项式证明构造）", fillcolor="#f3f3f3", color="#777777", style="rounded,filled,dashed"];
    cond0 [label="Pudlak condition (0)（普德拉克条件 0）\nPA 内证明 proof-bound monotonicity（证明长度界单调性）\nP 的较紧/较松 cutoff 可在同一公式中转换", fillcolor="#f3f3f3", color="#777777", style="rounded,filled,dashed"];
    cond1 [label="Pudlak condition (1)（普德拉克条件 1）\nexternal short proof -> internal P(n, code(phi))\n外部短证明以多项式开销内部化为 P 实例", fillcolor="#f3f3f3", color="#777777", style="rounded,filled,dashed"];
    cond2 [label="Pudlak condition (2)（普德拉克条件 2）\nP(n,m) -> P(q1(n), code(P(n,m)))\n证明谓词实例自身的定量内部化", fillcolor="#f3f3f3", color="#777777", style="rounded,filled,dashed"];
    cond3 [label="Pudlak condition (3)（普德拉克条件 3）\nbounded modus ponens composition（有界肯定前件合成）\nP(n,phi) 与 P(n,phi->psi) -> P(q2(n),psi)", fillcolor="#f3f3f3", color="#777777", style="rounded,filled,dashed"];
    mpcompiler [label="Accepted-code bounded modus ponens compiler\n接受码有界肯定前件编译器（外部语义层已闭合）\n\n同一公开列表保持验证器：\naccept(codeImp, A->B) + accept(codeA, A)\n  -> exists codeB, accept(codeB, B)\n完整载荷界：\n|codeB| <= |codeImp| + |codeA| + 240 + 34*S(A,B)\n两份输入 proof tree + certificate 原样复用\n树级、证书级、规范码级及任意接受码端点均已通过\n无隐藏长度参数；无 sorryAx\nFoundationCompactCertifiedModusPonens.lean\n\n注意：这里只关闭外部码合成；\nPA 内部 condition (3) 仍须由 arithmetic trace 内化。", fillcolor="#dff2e8", color="#2f6f57", penwidth=2.8];
    conjcompiler [label="Accepted-code bounded conjunction compiler\n接受码有界合取编译器（外部语义层已闭合）\n\naccept(codeA,A) + accept(codeB,B)\n  -> exists codeAnd, accept(codeAnd,A and B)\n完整载荷界：\n|codeAnd| <= |codeA| + |codeB| + 144 + 11*S(A,B)\n两棵输入树与两份完整证书原样复用\n任意接受码端点及 axiom profile 已通过\n无 sorryAx\nFoundationCompactCertifiedConjunction.lean\n\n注意：固定重言式与原文拼接步骤 (i)-(v)\n以及 PA 内部化仍未闭合。", fillcolor="#dff2e8", color="#2f6f57", penwidth=2.8];
    qdiagonal [label="Quantitative parameterized diagonalization\n定量参数化对角化（同一完整载荷坐标已闭合）\nFoundation parameterized_diagonal₁：固定 P 的全称证明为常数\n真实 Derivation2 实例化：cut + wk + exs + closed\n显式结构证书：binary(unary(baseCert), unary(leaf))\n公开列表保持验证器接受完整 proof+certificate 打包码\n短二进制数码项：2*previous+bit\n码长 O(Nat.size m)，标准模型值严格为 m\n最终完整载荷界：baseProof+baseCert+192\n + 2048*(formulaConstant+stepConstant*|m|+1)^3\n同一公式实例的精确最短载荷也不超过该界\n具体 CompactProof 谓词仍由灰色算术化节点提供\nFoundationCompactDerivationSpecialization.lean\nFoundationCompactCertifiedDerivationSpecialization.lean\nFoundationCompactBinaryNumeralTerm.lean\nFoundationCompactParameterizedDiagonalSpecialization.lean\n端点无 sorryAx", fillcolor="#dff2e8", color="#2f6f57", penwidth=2.8];
    proofassembly [label="Bounded proof-calculus assembly (i)-(v)\n有界证明演算拼接（原文步骤 i-v）\n固定命题重言式 + (0)-(3) + MP/conjunction composition\n逐步得到 not P(q5(m), bottom) -> D(m)\n每次拼接与公式实例化均须显式多项式长度", fillcolor="#f3f3f3", color="#777777", style="rounded,filled,dashed"];
    paconsistency [label="PA consistency in the standard model\nPA 在标准模型中的一致性\naccepted falsum proof -> real Derivation2 -> contradiction\n项目已有 noListedCertifiedPAProofOfFalsum；无 sorryAx", fillcolor="#dff2e8", color="#2f6f57", penwidth=2.4];
    exponentextract [label="Consistency contradiction + exponent extraction\n一致性反证 + 指数提取\n短 D(m) 证明与一致性冲突\nq5(m) 的多项式重标定 -> 存在 epsilon > 0\n推出 Con_A(n) 无 n^epsilon 长度证明", fillcolor="#f3f3f3", color="#777777", style="rounded,filled,dashed"];
    diagonal [label="Pudlak 1986 Theorem 3.1\n普德拉克 1986 定理 3.1\ndiagonal proof-length lower bound\n对角证明长度下界", fillcolor="#f3f3f3", color="#777777", style="rounded,filled,dashed", penwidth=2.0];
    internalnote [shape=note, label="关键注释：外部运行时间界不能自动变成 PA 内部短证明。\n必须构造 accepted computation trace（接受计算轨迹），\n并在同一算术编码中逐步验证。", fillcolor="#e8f1f8", color="#4e7892"];

    predicate -> compactformula [label="exact standard-model relation\n精确标准模型关系"];
    minmeasure -> compactformula [label="same honest payload length\n同一诚实载荷长度"];
    canonicalnormalize -> compactformula [style=dotted, label="normalization audit only; public guarded verifier remains the target\n仅作规范化审计；目标仍是公开带守卫验证器"];
    predicate -> listedconmeta [label="same accepted-code relation\n同一接受码关系"];
    minmeasure -> listedconmeta [label="same payload coordinate\n同一载荷坐标"];
    listedconmeta -> compactformula [label="arithmetize this exact semantics\n算术化这一精确语义"];
    canonicalnormalize -> listedconmeta [label="pointwise same-cutoff equivalence\n逐点同截断值等价"];
    polytime -> arithinput [label="same packed inputs and bit-cost coordinate\n同一打包输入与位成本坐标"];
    arithinput -> tokenstream [label="primitive-recursive payload and Nat-prefix base\n原始递归载荷与自然数前缀基础"];
    tokenstream -> bitsync [label="exact arbitrary-input stream semantics\n任意输入流精确语义"];
    tokenstream -> syntaxparser [label="bounded exact tokenization\n有界精确记号化"];
    bitsync -> syntaxbitsync [label="exact bit suffix invariant\n精确位后缀不变量"];
    syntaxparser -> syntaxbitsync [label="same term/formula token grammar\n同一项/公式 token 文法"];
    syntaxparser -> syntaxinversion [label="backward typed realization invariant\n反向类型化实现不变量"];
    syntaxinversion -> numericvalues [label="arbitrary syntax success is canonical\n任意语法成功均为真实规范前缀"];
    syntaxinversion -> closedformula [label="typed prefix recovery + no-fvar invariant\n类型化前缀恢复 + 无自由变量不变量"];
    closedformula -> proofparser [label="axm sentence task\n公理叶闭句任务"];
    syntaxparser -> proofparser [label="checked syntax-task machine\n已检查语法任务机"];
    syntaxparser -> certparser [label="induction-body formula parser\n归纳公理体公式解析"];
    syntaxinversion -> proofinversion [label="term / formula arbitrary inversion\n项 / 公式任意反演"];
    proofparser -> proofinversion [label="ten-rule numeric state machine\n十规则纯数值状态机"];
    closedformula -> proofinversion [label="real sentence recovery\n真实闭句恢复"];
    proofinversion -> numericparser [label="arbitrary proof success is canonical\n任意证明成功均为真实规范前缀"];
    syntaxinversion -> certinversion [label="induction-formula arbitrary inversion\n归纳公式任意反演"];
    certparser -> certinversion [label="23+4 certificate numeric machines\n23+4 类证书纯数值机"];
    certinversion -> numericparser [label="arbitrary certificate success is canonical\n任意证书成功均为真实规范前缀"];
    syntaxbitsync -> numericparser [label="term/formula typed-bit equivalence closed\n项/公式类型化位级等价已闭合"];
    bitsync -> proofbitsync [label="same exact bit suffix\n同一精确位后缀"];
    syntaxbitsync -> proofbitsync [label="typed sequent/term/formula components\n类型化序列/项/公式部件"];
    proofparser -> proofbitsync [label="same ten-rule token grammar\n同一十规则 token 文法"];
    bitsync -> certbitsync [label="same exact bit suffix\n同一精确位后缀"];
    syntaxbitsync -> certbitsync [label="induction-body formula synchronization\n归纳公式体同步"];
    certparser -> certbitsync [label="same 23+4 token grammar\n同一 23+4 类 token 文法"];
    proofbitsync -> numericparser [label="typed proof bit equivalence closed\n证明树类型化位级等价已闭合"];
    certbitsync -> numericparser [label="typed certificate bit equivalence closed\n证书类型化位级等价已闭合"];
    arithinput -> packedtokensync [label="same sentinel-packed inputs\n同一哨兵位打包输入"];
    tokenstream -> packedtokensync [label="primitive-recursive full tokenization\n原始递归完整 token 化"];
    proofbitsync -> packedtokensync [label="proof segment equivalence\n证明段等价"];
    certbitsync -> packedtokensync [label="certificate segment equivalence\n证书段等价"];
    packedtokensync -> numericvalues [label="same public token streams\n同一公开 token 流"];
    numericvalues -> numericchecks [label="exact numeric syntax values\n精确数值语法值"];
    numericchecks -> numericparser [label="same local list decisions\n同一局部列表判定"];
    numericvalues -> numericconstructors [label="canonical token values\n规范 token 值"];
    numericconstructors -> numericparser [label="six direct formula constructors\n六种直接公式构造"];
+     numericvalues -> numericnegation [label="same parser task semantics\n同一解析任务语义"];
+     numericnegation -> numericparser [label="exact De Morgan token transform\n精确 De Morgan 记号变换"];
    numericparser -> compactformula [label="same numeric machine graph\n同一纯数值机器图"];
    compactformula -> patrace [label="fixed formula and binary numerals\n固定公式与二进制数词"];
    internalnote -> patrace [style=dotted, arrowhead=none, constraint=false];
    patrace -> suitable;
    suitable -> cond0;
    suitable -> cond1;
    suitable -> cond2;
    suitable -> cond3;
    predicate -> mpcompiler [label="same public verifier\n同一公开验证器"];
    canonicalnormalize -> mpcompiler [label="decoded payload never grows\n解码规范化不增长"];
    mpcompiler -> cond3 [style=dotted, label="external compiler closed; PA internal proof remains\n外部编译已闭合；仍需 PA 内部短证明"];
    predicate -> conjcompiler [label="same public verifier\n同一公开验证器"];
    canonicalnormalize -> conjcompiler [label="decoded payload never grows\n解码规范化不增长"];
    conjcompiler -> proofassembly [style=dotted, label="external conjunction primitive closed\n外部合取原语已闭合"];
    compactformula -> qdiagonal [style=dotted, arrowhead=none, constraint=false, label="later instantiate the closed generic compiler at concrete P\n后续把已闭合通用编译器实例化到具体 P"];
    suitable -> qdiagonal [style=dotted, arrowhead=none, constraint=false, label="concrete P conditions belong to later assembly\n具体 P 条件属于后续拼接"];
    transformcode -> qdiagonal [label="formula-instance size bound already checked\n公式实例大小界已检查"];
    cond0 -> proofassembly;
    cond1 -> proofassembly;
    cond2 -> proofassembly;
    cond3 -> proofassembly;
    qdiagonal -> proofassembly;
    proofassembly -> exponentextract;
    paconsistency -> exponentextract;
    exponentextract -> diagonal;
  }

  subgraph cluster_buss {
    label="H. Buss-Pudlak lower bound（布斯-普德拉克下界）";
    color="#9a9a9a";
    style="rounded,dashed";

    family [label="F_n = Con_T((f(n))^c)\n有限一致性公式族\nsame T / proof system / symbol length\n同一理论 / 证明系统 / 符号长度", fillcolor="#f3f3f3", color="#777777", style="rounded,filled,dashed"];
    rescale [label="Buss 1994 Theorem 5\n布斯 1994 第 5 定理\ntime-constructible rescaling\n时间可构造重标定", fillcolor="#f3f3f3", color="#777777", style="rounded,filled,dashed", penwidth=2.0];
    lower [label="minProofLength(F_n) > U(n) eventually\n最短证明长度最终大于 U(n)\nsuper-polynomial lower bound（超多项式下界）", fillcolor="#e9e3f5", color="#76639a", style="rounded,filled,dashed", penwidth=2.0];
    lowernote [shape=note, label="关键注释：文献下界只能用于原文满足条件的\nformula family（公式族）、proof system（证明系统）\n和 symbol length（符号长度）；名字相似不能替代对象恒等。", fillcolor="#e8f1f8", color="#4e7892"];

    compactformula -> family [label="same CompactProof predicate\n同一紧凑证明谓词"];
    minmeasure -> family [label="exact minimum length coordinate\n精确最短长度坐标"];
    diagonal -> rescale [label="power lower-bound seed\n幂下界种子"];
    family -> rescale;
    rescale -> lower [label="explicit time-constructible f\n显式时间可构造函数 f"];
    lowernote -> rescale [style=dotted, arrowhead=none, constraint=false];
  }

  subgraph cluster_collision {
    label="I. Same-object upper bound and collision（同对象上界与碰撞）";
    color="#9a9a9a";
    style="rounded,dashed";

    sondowcert [label="Sondow checked certificates\n索多已检查证书\nassume gamma rational（假设欧拉常数有理）\n本节点只表示证书已检查，不等于同对象上界已完成", fillcolor="#dff2e8", color="#3f7c66"];
    samecompiler [label="Sondow same-object compiler\n索多同对象编译器\ncertificate -> real proof of the same F_n\n证书 -> 同一 F_n 的真实证明", fillcolor="#f3f3f3", color="#777777", style="rounded,filled,dashed"];
    upper [label="minProofLength(F_n) <= U(n)\n最短证明长度不超过多项式 U(n)\npolynomial upper bound（多项式上界）\n等待 same-object compiler（同对象编译器）", fillcolor="#f3f3f3", color="#777777", style="rounded,filled,dashed"];
    collision [label="U(N) < minProofLength(F_N) <= U(N)\n同一 N、同一公式、同一检查器、同一长度的矛盾\ncollision theorem（碰撞定理）", fillcolor="#f8d9d6", color="#a8443d", style="rounded,filled,dashed", penwidth=2.5];
    final [label="not is_rational euler_mascheroni\n欧拉-马歇罗尼常数非有理\n仅在全部上游根定理闭合后成立", fillcolor="#f8d9d6", color="#a8443d", style="rounded,filled,dashed", penwidth=2.5];
    samenote [shape=note, label="关键注释：碰撞必须是同一 N、同一 F_N、\n同一 checker（检查器）和同一 length measure（长度度量）。\n只证明两个抽象接口各自存在不能形成碰撞。", fillcolor="#e8f1f8", color="#4e7892"];

    sondowcert -> samecompiler;
    family -> samecompiler [label="formula identity\n公式恒等"];
    predicate -> samecompiler [label="same checker/length\n同一检查器/长度"];
    minmeasure -> samecompiler [label="same minimum payload measure\n同一最短载荷度量"];
    samecompiler -> upper [label="canonical accepted proof code\n规范且被接受的证明码"];
    upper -> collision [label="same F_N / same length\n同一 F_N / 同一长度"];
    lower -> collision [label="same F_N / same length\n同一 F_N / 同一长度"];
    samenote -> collision [style=dotted, arrowhead=none, constraint=false];
    collision -> final;
  }

  subgraph cluster_audit {
    label="J. Submission-grade audit gates（投稿级审计门）";
    color="#76639a";
    style="rounded";

    axioms [label="#print axioms audit（公理画像审计）\n已完成节点仅依赖：\npropext（命题外延）\nClassical.choice（经典选择）\nQuot.sound（商类型可靠性）", fillcolor="#e9e3f5", color="#76639a"];
    forbidden [label="Forbidden project assumptions（禁止项目级假设）\nno tail_gap（无尾部间隙参数）\nno upper_provider（无上界提供者参数）\nno project proof_length（无项目证明长度公设）\nno sorryAx（无未完成证明公设）", fillcolor="#e9e3f5", color="#76639a"];
    gate [label="Final dependency audit（最终依赖审计）\nsame formula / parameter / checker / measure\n同一公式 / 参数 / 检查器 / 度量", fillcolor="#e9e3f5", color="#76639a", penwidth=2.0];

    totalcanonical -> axioms [style=dotted];
    publiciff -> axioms [style=dotted];
    completeness -> axioms [style=dotted];
    nattrace -> axioms [style=dotted];
    polytime -> forbidden [style=dashed];
    diagonal -> forbidden [style=dashed];
    samecompiler -> forbidden [style=dashed];
    lower -> gate;
    upper -> gate;
    axioms -> gate;
    forbidden -> gate;
    gate -> collision [style=dashed, label="audit pass\n审计通过"];
  }

  subgraph cluster_rejected_routes {
    label="K. Rejected historical routes（经审计弃用的历史路线；不通向主结论）";
    color="#a8443d";
    style="rounded,dashed";

    rawgodel [label="Nat.size(rawProofCode) lower bound\n原始哥德尔证明码位长下界\nunary-numeral encoding artifact（一元数词编码伪影）", fillcolor="#f8d9d6", color="#a8443d", style="rounded,filled,dashed"];
    postfixraw [label="Postfix checker rebuilding rawCode\n重建 rawCode 的后缀检查器\nprimitive recursive != polynomial time\n原始递归不等于多项式时间", fillcolor="#f8d9d6", color="#a8443d", style="rounded,filled,dashed"];
    abstractgap [label="tail_gap / computable_gap input\n尾部间隙 / 可计算间隙输入\nassumes the lower bound（预设下界）", fillcolor="#f8d9d6", color="#a8443d", style="rounded,filled,dashed"];
    abstractupper [label="upper_provider input\n上界提供者输入\nassumes the Sondow bridge（预设索多桥）", fillcolor="#f8d9d6", color="#a8443d", style="rounded,filled,dashed"];
    unsimulated [label="Unproved Hilbert-system simulation\n未证明的 Hilbert 系统模拟\nwrong/uncalibrated proof measure\n错误或未校准的证明度量", fillcolor="#f8d9d6", color="#a8443d", style="rounded,filled,dashed"];
    graft [label="strengthened_to_partial / transfer_to_graft\n加强到部分 / 嫁接转移接口\ninterface packaging without source theorem\n只有接口包装、没有源定理", fillcolor="#f8d9d6", color="#a8443d", style="rounded,filled,dashed"];
    rejectednote [shape=note, label="弃用判据：编码伪影、循环输入、对象错位，\n或只给接口而没有根定理。\n本区域没有任何边连接最终碰撞定理。", fillcolor="#fff1f0", color="#a8443d"];

    rawgodel -> postfixraw [style=dotted, color="#a8443d"];
    abstractgap -> graft [style=dotted, color="#a8443d"];
    abstractupper -> graft [style=dotted, color="#a8443d"];
    unsimulated -> graft [style=dotted, color="#a8443d"];
    rejectednote -> graft [style=dotted, arrowhead=none, color="#a8443d"];
  }
}
